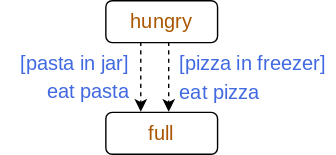
The draw.io diagram content/01 On Algorithms/img/PastaPizza.svg in emilsekerinski/ictac2024tutorial, before a commit. Source tidied: cells renumbered, new cells last; positions are measured from the earlier drawing's top-left corner, leaving out a move shared by most shapes.
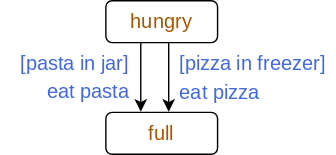
Above is the later version.

Diff of the diagram source:
```diff
@@ -8,13 +8,13 @@
     <mxCell id="3" value="&lt;div style=&quot;text-align: left&quot;&gt;&lt;font color=&quot;#aa5500&quot;&gt;full&lt;/font&gt;&lt;/div&gt;" style="rounded=1;whiteSpace=wrap;html=1;fillColor=#ffffff;gradientColor=none;fontSize=14;fontColor=#d2691e;align=center;fontFamily=Noto Sans;" parent="1" vertex="1">
       <mxGeometry x="75" y="80" width="80" height="30" as="geometry" />
     </mxCell>
-    <mxCell id="4" value="&lt;div&gt;&lt;br&gt;&lt;/div&gt;" style="endArrow=classic;html=1;shadow=0;strokeColor=#000000;fontSize=14;fontColor=#d2691e;labelPosition=center;verticalLabelPosition=middle;align=center;verticalAlign=middle;labelBorderColor=none;fontFamily=Noto Sans;dashed=1;" parent="1" edge="1">
+    <mxCell id="4" value="&lt;div&gt;&lt;br&gt;&lt;/div&gt;" style="endArrow=classic;html=1;shadow=0;strokeColor=#000000;fontSize=14;fontColor=#d2691e;labelPosition=center;verticalLabelPosition=middle;align=center;verticalAlign=middle;labelBorderColor=none;fontFamily=Noto Sans;" parent="1" edge="1">
       <mxGeometry x="-0.09" y="15" relative="1" as="geometry">
         <mxPoint x="100" y="29.5" as="sourcePoint" />
         <mxPoint x="100" y="79.5" as="targetPoint" />
       </mxGeometry>
     </mxCell>
-    <mxCell id="5" value="&lt;div&gt;&lt;br&gt;&lt;/div&gt;" style="endArrow=classic;html=1;shadow=0;strokeColor=#000000;fontSize=14;fontColor=#d2691e;labelPosition=center;verticalLabelPosition=middle;align=center;verticalAlign=middle;labelBorderColor=none;fontFamily=Noto Sans;dashed=1;" parent="1" edge="1">
+    <mxCell id="5" value="&lt;div&gt;&lt;br&gt;&lt;/div&gt;" style="endArrow=classic;html=1;shadow=0;strokeColor=#000000;fontSize=14;fontColor=#d2691e;labelPosition=center;verticalLabelPosition=middle;align=center;verticalAlign=middle;labelBorderColor=none;fontFamily=Noto Sans;" parent="1" edge="1">
       <mxGeometry x="-0.09" y="15" relative="1" as="geometry">
         <mxPoint x="120" y="29.5" as="sourcePoint" />
         <mxPoint x="120" y="79.5" as="targetPoint" />
```
